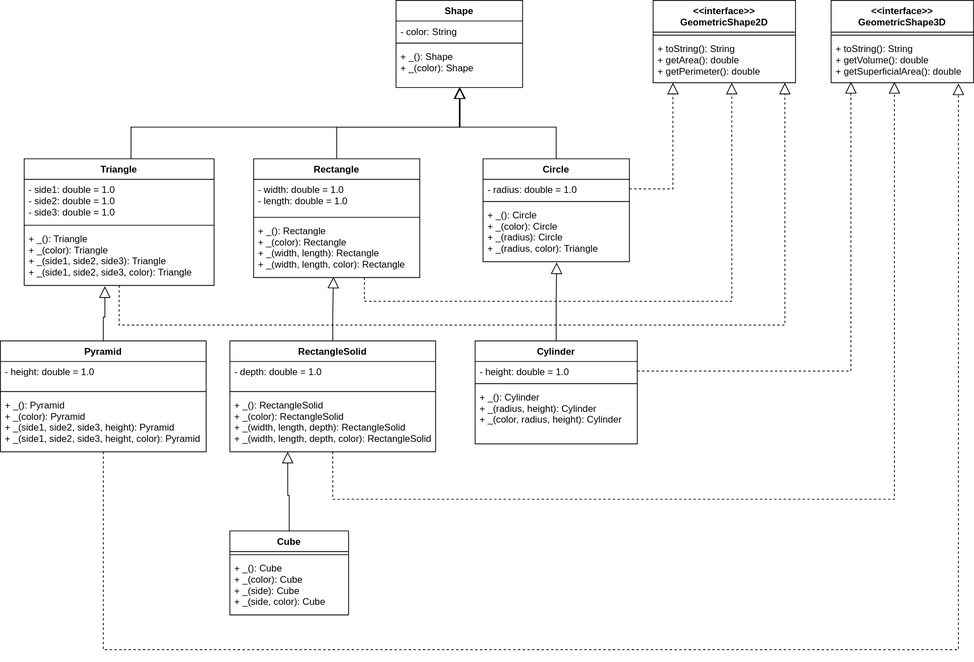
The draw.io diagram img/shapes-design-class-diagram.svg in SantiagoBarrera9090/BARRERA-POOB-2021-1-LAB-ABSTRACT-CLASS, before a commit. Source tidied: cells renumbered, new cells last; positions are measured from the earlier drawing's top-left corner, leaving out a move shared by most shapes. Source of this version:
```xml
<mxGraphModel>
  <root>
    <mxCell id="0" />
    <mxCell id="1" parent="0" />
    <mxCell id="2" style="edgeStyle=orthogonalEdgeStyle;rounded=0;jumpSize=6;jettySize=auto;html=1;exitX=0.5;exitY=0;exitDx=0;exitDy=0;entryX=0.503;entryY=1;entryDx=0;entryDy=0;entryPerimeter=0;endArrow=block;endFill=0;endSize=12;" parent="1" edge="1" source="3" target="21">
      <mxGeometry relative="1" as="geometry" />
    </mxCell>
    <mxCell id="3" value="Circle" style="swimlane;fontStyle=1;align=center;verticalAlign=top;horizontal=1;startSize=26;" parent="1" vertex="1">
      <mxGeometry x="610" y="200" width="185" height="130" as="geometry" />
    </mxCell>
    <mxCell id="4" value="- radius: double = 1.0&#10;" style="text;strokeColor=none;fillColor=none;align=left;verticalAlign=top;spacingLeft=4;spacingRight=4;overflow=hidden;points=[[0,0.5],[1,0.5]];portConstraint=eastwest;" parent="3" vertex="1">
      <mxGeometry y="26" width="185" height="24" as="geometry" />
    </mxCell>
    <mxCell id="5" style="line;strokeWidth=1;fillColor=none;align=left;verticalAlign=middle;spacingTop=-1;spacingLeft=3;spacingRight=3;labelPosition=right;" parent="3" vertex="1">
      <mxGeometry y="50" width="185" height="8" as="geometry" />
    </mxCell>
    <mxCell id="6" value="+ _(): Circle&#10;+ _(color): Circle&#10;+ _(radius): Circle&#10;+ _(radius, color): Triangle&#10;" style="text;strokeColor=none;fillColor=none;align=left;verticalAlign=top;spacingLeft=4;spacingRight=4;overflow=hidden;points=[[0,0.5],[1,0.5]];portConstraint=eastwest;" parent="3" vertex="1">
      <mxGeometry y="58" width="185" height="72" as="geometry" />
    </mxCell>
    <mxCell id="7" value="&lt;&lt;interface&gt;&gt;&#10;GeometricShape2D" style="swimlane;fontStyle=1;align=center;verticalAlign=top;horizontal=1;startSize=40;" parent="1" vertex="1">
      <mxGeometry x="825" width="180" height="104" as="geometry" />
    </mxCell>
    <mxCell id="8" style="line;strokeWidth=1;fillColor=none;align=left;verticalAlign=middle;spacingTop=-1;spacingLeft=3;spacingRight=3;labelPosition=right;" parent="7" vertex="1">
      <mxGeometry y="40" width="180" height="8" as="geometry" />
    </mxCell>
    <mxCell id="9" value="+ toString(): String&#10;+ getArea(): double&#10;+ getPerimeter(): double" style="text;strokeColor=none;fillColor=none;align=left;verticalAlign=top;spacingLeft=4;spacingRight=4;overflow=hidden;points=[[0,0.5],[1,0.5]];portConstraint=eastwest;fontStyle=0;" parent="7" vertex="1">
      <mxGeometry y="48" width="180" height="56" as="geometry" />
    </mxCell>
    <mxCell id="10" style="edgeStyle=orthogonalEdgeStyle;rounded=0;jumpSize=6;jettySize=auto;html=1;entryX=0.503;entryY=1.014;entryDx=0;entryDy=0;entryPerimeter=0;endArrow=block;endFill=0;endSize=12;" parent="1" edge="1" source="11" target="6">
      <mxGeometry relative="1" as="geometry" />
    </mxCell>
    <mxCell id="11" value="Cylinder" style="swimlane;fontStyle=1;align=center;verticalAlign=top;horizontal=1;startSize=26;" parent="1" vertex="1">
      <mxGeometry x="600" y="430" width="205" height="130" as="geometry" />
    </mxCell>
    <mxCell id="12" value="- height: double = 1.0" style="text;strokeColor=none;fillColor=none;align=left;verticalAlign=top;spacingLeft=4;spacingRight=4;overflow=hidden;points=[[0,0.5],[1,0.5]];portConstraint=eastwest;" parent="11" vertex="1">
      <mxGeometry y="26" width="205" height="24" as="geometry" />
    </mxCell>
    <mxCell id="13" style="line;strokeWidth=1;fillColor=none;align=left;verticalAlign=middle;spacingTop=-1;spacingLeft=3;spacingRight=3;labelPosition=right;" parent="11" vertex="1">
      <mxGeometry y="50" width="205" height="8" as="geometry" />
    </mxCell>
    <mxCell id="14" value="+ _(): Cylinder&#10;+ _(radius, height): Cylinder&#10;+ _(color, radius, height): Cylinder&#10;" style="text;strokeColor=none;fillColor=none;align=left;verticalAlign=top;spacingLeft=4;spacingRight=4;overflow=hidden;" parent="11" vertex="1">
      <mxGeometry y="58" width="205" height="72" as="geometry" />
    </mxCell>
    <mxCell id="15" value="&lt;&lt;interface&gt;&gt;&#10;GeometricShape3D" style="swimlane;fontStyle=1;align=center;verticalAlign=top;horizontal=1;startSize=40;" parent="1" vertex="1">
      <mxGeometry x="1050" width="180" height="104" as="geometry" />
    </mxCell>
    <mxCell id="16" style="line;strokeWidth=1;fillColor=none;align=left;verticalAlign=middle;spacingTop=-1;spacingLeft=3;spacingRight=3;labelPosition=right;" parent="15" vertex="1">
      <mxGeometry y="40" width="180" height="8" as="geometry" />
    </mxCell>
    <mxCell id="17" value="+ toString(): String&#10;+ getVolume(): double&#10;+ getSuperficialArea(): double" style="text;strokeColor=none;fillColor=none;align=left;verticalAlign=top;spacingLeft=4;spacingRight=4;overflow=hidden;points=[[0,0.5],[1,0.5]];portConstraint=eastwest;fontStyle=0;" parent="15" vertex="1">
      <mxGeometry y="48" width="180" height="56" as="geometry" />
    </mxCell>
    <mxCell id="18" value="Shape" style="swimlane;fontStyle=1;align=center;verticalAlign=top;horizontal=1;startSize=26;" parent="1" vertex="1">
      <mxGeometry x="500" width="160" height="110" as="geometry" />
    </mxCell>
    <mxCell id="19" value="- color: String" style="text;strokeColor=none;fillColor=none;align=left;verticalAlign=top;spacingLeft=4;spacingRight=4;overflow=hidden;" parent="18" vertex="1">
      <mxGeometry y="26" width="160" height="24" as="geometry" />
    </mxCell>
    <mxCell id="20" style="line;strokeWidth=1;fillColor=none;align=left;verticalAlign=middle;spacingTop=-1;spacingLeft=3;spacingRight=3;labelPosition=right;" parent="18" vertex="1">
      <mxGeometry y="50" width="160" height="8" as="geometry" />
    </mxCell>
    <mxCell id="21" value="+ _(): Shape&#10;+ _(color): Shape" style="text;strokeColor=none;fillColor=none;align=left;verticalAlign=top;spacingLeft=4;spacingRight=4;overflow=hidden;points=[[0,0.5],[1,0.5]];portConstraint=eastwest;" parent="18" vertex="1">
      <mxGeometry y="58" width="160" height="52" as="geometry" />
    </mxCell>
    <mxCell id="22" style="edgeStyle=orthogonalEdgeStyle;rounded=0;jumpSize=6;jettySize=auto;html=1;exitX=1;exitY=0.5;exitDx=0;exitDy=0;entryX=0.139;entryY=1;entryDx=0;entryDy=0;entryPerimeter=0;dashed=1;endArrow=block;endFill=0;endSize=12;" parent="1" edge="1" source="4" target="9">
      <mxGeometry relative="1" as="geometry" />
    </mxCell>
    <mxCell id="23" style="edgeStyle=orthogonalEdgeStyle;rounded=0;jumpSize=6;jettySize=auto;html=1;exitX=1;exitY=0.5;exitDx=0;exitDy=0;entryX=0.139;entryY=0.982;entryDx=0;entryDy=0;entryPerimeter=0;dashed=1;endArrow=block;endFill=0;endSize=12;" parent="1" edge="1" source="12" target="17">
      <mxGeometry relative="1" as="geometry" />
    </mxCell>
    <mxCell id="24" style="edgeStyle=orthogonalEdgeStyle;rounded=0;jumpSize=6;jettySize=auto;html=1;entryX=0.506;entryY=1;entryDx=0;entryDy=0;entryPerimeter=0;endArrow=block;endFill=0;endSize=12;" parent="1" edge="1" source="26" target="21">
      <mxGeometry relative="1" as="geometry" />
    </mxCell>
    <mxCell id="25" style="edgeStyle=orthogonalEdgeStyle;rounded=0;jumpSize=6;jettySize=auto;html=1;entryX=0.552;entryY=1;entryDx=0;entryDy=0;entryPerimeter=0;dashed=1;endArrow=block;endFill=0;endSize=12;" parent="1" edge="1" source="26" target="9">
      <mxGeometry relative="1" as="geometry">
        <Array as="points">
          <mxPoint x="460" y="380" />
          <mxPoint x="924" y="380" />
        </Array>
      </mxGeometry>
    </mxCell>
    <mxCell id="26" value="Rectangle" style="swimlane;fontStyle=1;align=center;verticalAlign=top;horizontal=1;startSize=26;" parent="1" vertex="1">
      <mxGeometry x="320" y="200" width="210" height="150" as="geometry" />
    </mxCell>
    <mxCell id="27" value="- width: double = 1.0&#10;- length: double = 1.0" style="text;strokeColor=none;fillColor=none;align=left;verticalAlign=top;spacingLeft=4;spacingRight=4;overflow=hidden;" parent="26" vertex="1">
      <mxGeometry y="26" width="210" height="44" as="geometry" />
    </mxCell>
    <mxCell id="28" style="line;strokeWidth=1;fillColor=none;align=left;verticalAlign=middle;spacingTop=-1;spacingLeft=3;spacingRight=3;labelPosition=right;" parent="26" vertex="1">
      <mxGeometry y="70" width="210" height="8" as="geometry" />
    </mxCell>
    <mxCell id="29" value="+ _(): Rectangle&#10;+ _(color): Rectangle&#10;+ _(width, length): Rectangle&#10;+ _(width, length, color): Rectangle&#10;" style="text;strokeColor=none;fillColor=none;align=left;verticalAlign=top;spacingLeft=4;spacingRight=4;overflow=hidden;points=[[0,0.5],[1,0.5]];portConstraint=eastwest;" parent="26" vertex="1">
      <mxGeometry y="78" width="210" height="72" as="geometry" />
    </mxCell>
    <mxCell id="30" style="edgeStyle=orthogonalEdgeStyle;rounded=0;jumpSize=6;jettySize=auto;html=1;entryX=0.481;entryY=0.986;entryDx=0;entryDy=0;entryPerimeter=0;endArrow=block;endFill=0;endSize=12;" parent="1" edge="1" source="32" target="29">
      <mxGeometry relative="1" as="geometry" />
    </mxCell>
    <mxCell id="31" style="edgeStyle=orthogonalEdgeStyle;rounded=0;jumpSize=6;jettySize=auto;html=1;endArrow=block;endFill=0;endSize=12;dashed=1;" parent="1" edge="1" source="32">
      <mxGeometry relative="1" as="geometry">
        <mxPoint x="1130" y="103" as="targetPoint" />
        <Array as="points">
          <mxPoint x="420" y="630" />
          <mxPoint x="1130" y="630" />
          <mxPoint x="1130" y="103" />
        </Array>
      </mxGeometry>
    </mxCell>
    <mxCell id="32" value="RectangleSolid" style="swimlane;fontStyle=1;align=center;verticalAlign=top;horizontal=1;startSize=26;" parent="1" vertex="1">
      <mxGeometry x="290" y="430" width="260" height="140" as="geometry" />
    </mxCell>
    <mxCell id="33" value="- depth: double = 1.0" style="text;strokeColor=none;fillColor=none;align=left;verticalAlign=top;spacingLeft=4;spacingRight=4;overflow=hidden;" parent="32" vertex="1">
      <mxGeometry y="26" width="260" height="34" as="geometry" />
    </mxCell>
    <mxCell id="34" style="line;strokeWidth=1;fillColor=none;align=left;verticalAlign=middle;spacingTop=-1;spacingLeft=3;spacingRight=3;labelPosition=right;" parent="32" vertex="1">
      <mxGeometry y="60" width="260" height="8" as="geometry" />
    </mxCell>
    <mxCell id="35" value="+ _(): RectangleSolid&#10;+ _(color): RectangleSolid&#10;+ _(width, length, depth): RectangleSolid&#10;+ _(width, length, depth, color): RectangleSolid&#10;" style="text;strokeColor=none;fillColor=none;align=left;verticalAlign=top;spacingLeft=4;spacingRight=4;overflow=hidden;points=[[0,0.5],[1,0.5]];portConstraint=eastwest;" parent="32" vertex="1">
      <mxGeometry y="68" width="260" height="72" as="geometry" />
    </mxCell>
    <mxCell id="36" style="edgeStyle=orthogonalEdgeStyle;rounded=0;jumpSize=6;jettySize=auto;html=1;endArrow=block;endFill=0;endSize=12;" parent="1" edge="1" source="38">
      <mxGeometry relative="1" as="geometry">
        <mxPoint x="580" y="110" as="targetPoint" />
        <Array as="points">
          <mxPoint x="165" y="160" />
          <mxPoint x="580" y="160" />
        </Array>
      </mxGeometry>
    </mxCell>
    <mxCell id="37" style="edgeStyle=orthogonalEdgeStyle;rounded=0;jumpSize=6;jettySize=auto;html=1;entryX=0.925;entryY=1;entryDx=0;entryDy=0;entryPerimeter=0;endArrow=block;endFill=0;endSize=12;dashed=1;" parent="1" edge="1" source="38" target="9">
      <mxGeometry relative="1" as="geometry">
        <Array as="points">
          <mxPoint x="150" y="410" />
          <mxPoint x="992" y="410" />
        </Array>
      </mxGeometry>
    </mxCell>
    <mxCell id="38" value="Triangle" style="swimlane;fontStyle=1;align=center;verticalAlign=top;horizontal=1;startSize=26;" parent="1" vertex="1">
      <mxGeometry x="30" y="200" width="240" height="160" as="geometry" />
    </mxCell>
    <mxCell id="39" value="- side1: double = 1.0&#10;- side2: double = 1.0&#10;- side3: double = 1.0" style="text;strokeColor=none;fillColor=none;align=left;verticalAlign=top;spacingLeft=4;spacingRight=4;overflow=hidden;" parent="38" vertex="1">
      <mxGeometry y="26" width="240" height="54" as="geometry" />
    </mxCell>
    <mxCell id="40" style="line;strokeWidth=1;fillColor=none;align=left;verticalAlign=middle;spacingTop=-1;spacingLeft=3;spacingRight=3;labelPosition=right;" parent="38" vertex="1">
      <mxGeometry y="80" width="240" height="8" as="geometry" />
    </mxCell>
    <mxCell id="41" value="+ _(): Triangle&#10;+ _(color): Triangle&#10;+ _(side1, side2, side3): Triangle&#10;+ _(side1, side2, side3, color): Triangle&#10;" style="text;strokeColor=none;fillColor=none;align=left;verticalAlign=top;spacingLeft=4;spacingRight=4;overflow=hidden;points=[[0,0.5],[1,0.5]];portConstraint=eastwest;" parent="38" vertex="1">
      <mxGeometry y="88" width="240" height="72" as="geometry" />
    </mxCell>
    <mxCell id="42" style="edgeStyle=orthogonalEdgeStyle;rounded=0;jumpSize=6;jettySize=auto;html=1;entryX=0.894;entryY=1.018;entryDx=0;entryDy=0;entryPerimeter=0;dashed=1;endArrow=block;endFill=0;endSize=12;" parent="1" edge="1" source="44" target="17">
      <mxGeometry relative="1" as="geometry">
        <Array as="points">
          <mxPoint x="130" y="820" />
          <mxPoint x="1211" y="820" />
        </Array>
      </mxGeometry>
    </mxCell>
    <mxCell id="43" style="edgeStyle=orthogonalEdgeStyle;rounded=0;jumpSize=6;jettySize=auto;html=1;entryX=0.425;entryY=1.014;entryDx=0;entryDy=0;entryPerimeter=0;endArrow=block;endFill=0;endSize=12;" parent="1" edge="1" source="44" target="41">
      <mxGeometry relative="1" as="geometry" />
    </mxCell>
    <mxCell id="44" value="Pyramid" style="swimlane;fontStyle=1;align=center;verticalAlign=top;horizontal=1;startSize=26;" parent="1" vertex="1">
      <mxGeometry y="430" width="260" height="140" as="geometry" />
    </mxCell>
    <mxCell id="45" value="- height: double = 1.0" style="text;strokeColor=none;fillColor=none;align=left;verticalAlign=top;spacingLeft=4;spacingRight=4;overflow=hidden;" parent="44" vertex="1">
      <mxGeometry y="26" width="260" height="34" as="geometry" />
    </mxCell>
    <mxCell id="46" style="line;strokeWidth=1;fillColor=none;align=left;verticalAlign=middle;spacingTop=-1;spacingLeft=3;spacingRight=3;labelPosition=right;" parent="44" vertex="1">
      <mxGeometry y="60" width="260" height="8" as="geometry" />
    </mxCell>
    <mxCell id="47" value="+ _(): Pyramid&#10;+ _(color): Pyramid&#10;+ _(side1, side2, side3, height): Pyramid&#10;+ _(side1, side2, side3, height, color): Pyramid&#10;" style="text;strokeColor=none;fillColor=none;align=left;verticalAlign=top;spacingLeft=4;spacingRight=4;overflow=hidden;" parent="44" vertex="1">
      <mxGeometry y="68" width="260" height="72" as="geometry" />
    </mxCell>
    <mxCell id="48" style="edgeStyle=orthogonalEdgeStyle;rounded=0;jumpSize=6;jettySize=auto;html=1;entryX=0.281;entryY=1;entryDx=0;entryDy=0;entryPerimeter=0;endArrow=block;endFill=0;endSize=12;" parent="1" edge="1" source="49" target="35">
      <mxGeometry relative="1" as="geometry" />
    </mxCell>
    <mxCell id="49" value="Cube" style="swimlane;fontStyle=1;align=center;verticalAlign=top;horizontal=1;startSize=26;" parent="1" vertex="1">
      <mxGeometry x="290" y="670" width="150" height="106" as="geometry" />
    </mxCell>
    <mxCell id="50" style="line;strokeWidth=1;fillColor=none;align=left;verticalAlign=middle;spacingTop=-1;spacingLeft=3;spacingRight=3;labelPosition=right;" parent="49" vertex="1">
      <mxGeometry y="26" width="150" height="8" as="geometry" />
    </mxCell>
    <mxCell id="51" value="+ _(): Cube&#10;+ _(color): Cube&#10;+ _(side): Cube&#10;+ _(side, color): Cube&#10;" style="text;strokeColor=none;fillColor=none;align=left;verticalAlign=top;spacingLeft=4;spacingRight=4;overflow=hidden;" parent="49" vertex="1">
      <mxGeometry y="34" width="150" height="72" as="geometry" />
    </mxCell>
  </root>
</mxGraphModel>
```
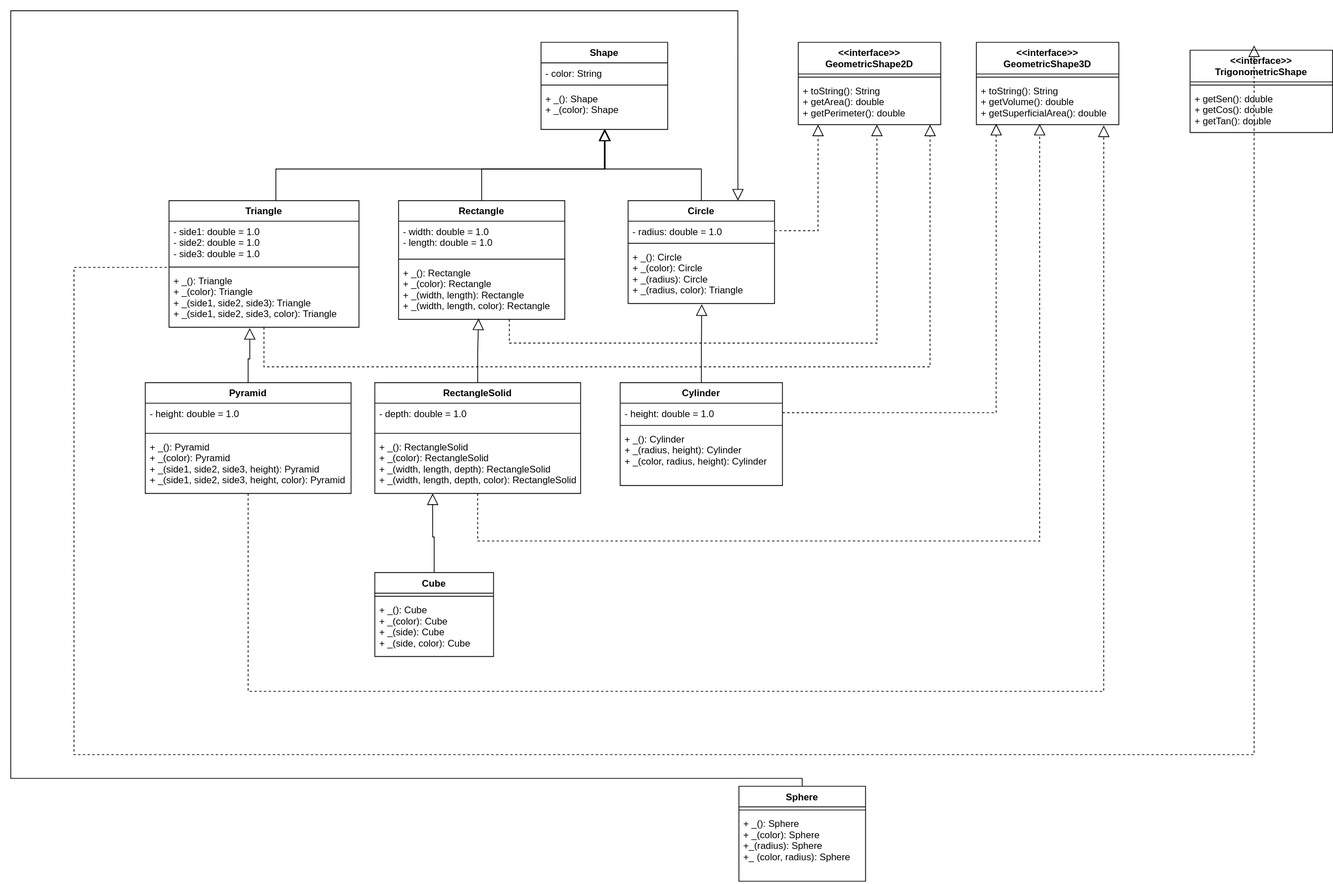
Above is the later version.

Commit message:
diagrama actualizado

What changed in the source:
```diff
@@ -180,5 +180,43 @@
     <mxCell id="51" value="+ _(): Cube&#10;+ _(color): Cube&#10;+ _(side): Cube&#10;+ _(side, color): Cube&#10;" style="text;strokeColor=none;fillColor=none;align=left;verticalAlign=top;spacingLeft=4;spacingRight=4;overflow=hidden;" parent="49" vertex="1">
       <mxGeometry y="34" width="150" height="72" as="geometry" />
     </mxCell>
+    <mxCell id="52" value="&lt;&lt;interface&gt;&gt;&#10;TrigonometricShape" style="swimlane;fontStyle=1;align=center;verticalAlign=top;horizontal=1;startSize=40;" parent="1" vertex="1">
+      <mxGeometry x="1320" y="10" width="180" height="104" as="geometry" />
+    </mxCell>
+    <mxCell id="53" style="line;strokeWidth=1;fillColor=none;align=left;verticalAlign=middle;spacingTop=-1;spacingLeft=3;spacingRight=3;labelPosition=right;" parent="52" vertex="1">
+      <mxGeometry y="40" width="180" height="8" as="geometry" />
+    </mxCell>
+    <mxCell id="54" value="+ getSen(): double&#10;+ getCos(): double&#10;+ getTan(): double" style="text;strokeColor=none;fillColor=none;align=left;verticalAlign=top;spacingLeft=4;spacingRight=4;overflow=hidden;fontStyle=0;" parent="52" vertex="1">
+      <mxGeometry y="48" width="180" height="56" as="geometry" />
+    </mxCell>
+    <mxCell id="55" style="edgeStyle=orthogonalEdgeStyle;rounded=0;jumpSize=6;jettySize=auto;html=1;entryX=0.894;entryY=1.018;entryDx=0;entryDy=0;entryPerimeter=0;dashed=1;endArrow=block;endFill=0;endSize=12;exitX=-0.012;exitY=-0.05;exitDx=0;exitDy=0;exitPerimeter=0;" parent="1" edge="1" source="41">
+      <mxGeometry relative="1" as="geometry">
+        <mxPoint x="1400.9" y="3.9" as="targetPoint" />
+        <Array as="points">
+          <mxPoint x="-90" y="284" />
+          <mxPoint x="-90" y="900" />
+          <mxPoint x="1401" y="900" />
+        </Array>
+      </mxGeometry>
+    </mxCell>
+    <mxCell id="56" value="Sphere" style="swimlane;fontStyle=1;align=center;verticalAlign=top;horizontal=1;startSize=26;" parent="1" vertex="1">
+      <mxGeometry x="750" y="940" width="160" height="120" as="geometry" />
+    </mxCell>
+    <mxCell id="57" style="line;strokeWidth=1;fillColor=none;align=left;verticalAlign=middle;spacingTop=-1;spacingLeft=3;spacingRight=3;labelPosition=right;" parent="56" vertex="1">
+      <mxGeometry y="26" width="160" height="8" as="geometry" />
+    </mxCell>
+    <mxCell id="58" value="+ _(): Sphere&#10;+ _(color): Sphere&#10;+_(radius): Sphere&#10;+_ (color, radius): Sphere&#10;" style="text;strokeColor=none;fillColor=none;align=left;verticalAlign=top;spacingLeft=4;spacingRight=4;overflow=hidden;" parent="56" vertex="1">
+      <mxGeometry y="34" width="160" height="86" as="geometry" />
+    </mxCell>
+    <mxCell id="59" style="edgeStyle=orthogonalEdgeStyle;rounded=0;jumpSize=6;jettySize=auto;html=1;endArrow=block;endFill=0;endSize=12;exitX=0.5;exitY=0;exitDx=0;exitDy=0;entryX=0.75;entryY=0;entryDx=0;entryDy=0;" parent="1" edge="1" source="56" target="3">
+      <mxGeometry relative="1" as="geometry">
+        <Array as="points">
+          <mxPoint x="830" y="930" />
+          <mxPoint x="-170" y="930" />
+          <mxPoint x="-170" y="-40" />
+          <mxPoint x="749" y="-40" />
+        </Array>
+      </mxGeometry>
+    </mxCell>
   </root>
 </mxGraphModel>
```
